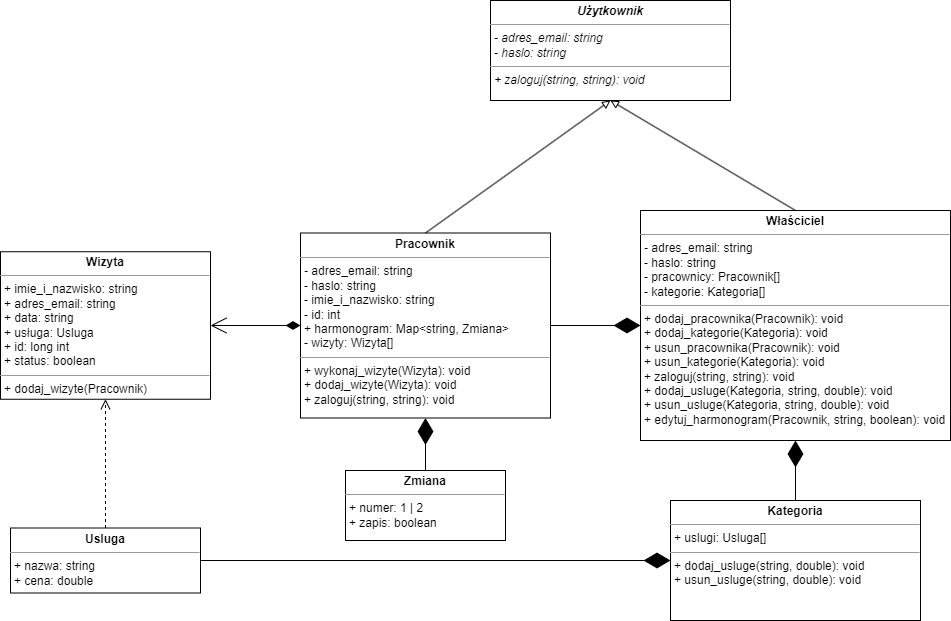
The draw.io diagram zasoby/diagram_klas.png in jakubir/BarberDeluxe-specyfikacja, before a commit. Source tidied: cells renumbered, new cells last; positions are measured from the earlier drawing's top-left corner, leaving out a move shared by most shapes.
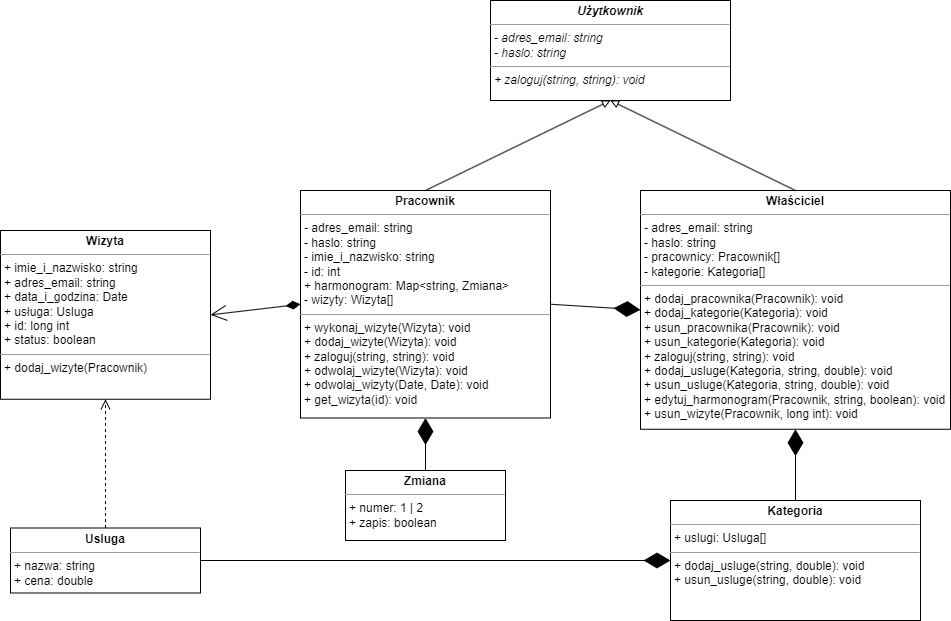
Above is the later version.

The edit, as a diff of the source:
```diff
@@ -2,11 +2,11 @@
   <root>
     <mxCell id="0" />
     <mxCell id="1" parent="0" />
-    <mxCell id="2" value="&lt;p style=&quot;margin:0px;margin-top:4px;text-align:center;&quot;&gt;&lt;b&gt;Wizyta&lt;/b&gt;&lt;/p&gt;&lt;hr size=&quot;1&quot;&gt;&lt;p style=&quot;margin:0px;margin-left:4px;&quot;&gt;+ imie_i_nazwisko: string&lt;/p&gt;&lt;p style=&quot;margin:0px;margin-left:4px;&quot;&gt;+ adres_email: string&lt;/p&gt;&lt;p style=&quot;margin:0px;margin-left:4px;&quot;&gt;+ data: string&lt;/p&gt;&lt;p style=&quot;margin:0px;margin-left:4px;&quot;&gt;+ usługa: Usluga&lt;/p&gt;&lt;p style=&quot;margin:0px;margin-left:4px;&quot;&gt;+ id: long int&lt;/p&gt;&lt;p style=&quot;margin:0px;margin-left:4px;&quot;&gt;+ status: boolean&lt;/p&gt;&lt;hr size=&quot;1&quot;&gt;&lt;p style=&quot;margin:0px;margin-left:4px;&quot;&gt;+ dodaj_wizyte(Pracownik)&lt;/p&gt;" style="verticalAlign=top;align=left;overflow=fill;fontSize=12;fontFamily=Helvetica;html=1;whiteSpace=wrap;" parent="1" vertex="1">
-      <mxGeometry y="251.2" width="210" height="147.5" as="geometry" />
+    <mxCell id="2" value="&lt;p style=&quot;margin:0px;margin-top:4px;text-align:center;&quot;&gt;&lt;b&gt;Wizyta&lt;/b&gt;&lt;/p&gt;&lt;hr size=&quot;1&quot;&gt;&lt;p style=&quot;margin:0px;margin-left:4px;&quot;&gt;+ imie_i_nazwisko: string&lt;/p&gt;&lt;p style=&quot;margin:0px;margin-left:4px;&quot;&gt;+ adres_email: string&lt;/p&gt;&lt;p style=&quot;margin:0px;margin-left:4px;&quot;&gt;+ data_i_godzina: Date&lt;/p&gt;&lt;p style=&quot;margin:0px;margin-left:4px;&quot;&gt;+ usługa: Usluga&lt;/p&gt;&lt;p style=&quot;margin:0px;margin-left:4px;&quot;&gt;+ id: long int&lt;/p&gt;&lt;p style=&quot;margin:0px;margin-left:4px;&quot;&gt;+ status: boolean&lt;/p&gt;&lt;hr size=&quot;1&quot;&gt;&lt;p style=&quot;margin:0px;margin-left:4px;&quot;&gt;+ dodaj_wizyte(Pracownik)&lt;/p&gt;" style="verticalAlign=top;align=left;overflow=fill;fontSize=12;fontFamily=Helvetica;html=1;whiteSpace=wrap;" parent="1" vertex="1">
+      <mxGeometry y="230" width="210" height="168.8" as="geometry" />
     </mxCell>
-    <mxCell id="3" value="&lt;p style=&quot;margin:0px;margin-top:4px;text-align:center;&quot;&gt;&lt;b&gt;Pracownik&lt;/b&gt;&lt;/p&gt;&lt;hr size=&quot;1&quot;&gt;&lt;p style=&quot;border-color: var(--border-color); margin: 0px 0px 0px 4px;&quot;&gt;&lt;i style=&quot;border-color: var(--border-color);&quot;&gt;- &lt;/i&gt;&lt;span style=&quot;border-color: var(--border-color);&quot;&gt;adres_email: string&lt;/span&gt;&lt;/p&gt;&lt;p style=&quot;border-color: var(--border-color); margin: 0px 0px 0px 4px;&quot;&gt;&lt;span style=&quot;border-color: var(--border-color);&quot;&gt;- haslo: string&lt;/span&gt;&lt;/p&gt;&lt;p style=&quot;margin:0px;margin-left:4px;&quot;&gt;- imie_i_nazwisko: string&lt;/p&gt;&lt;p style=&quot;margin:0px;margin-left:4px;&quot;&gt;- id: int&lt;/p&gt;&lt;p style=&quot;margin:0px;margin-left:4px;&quot;&gt;+ harmonogram: Map&amp;lt;string, Zmiana&amp;gt;&lt;/p&gt;&lt;p style=&quot;margin:0px;margin-left:4px;&quot;&gt;- wizyty: Wizyta[]&lt;/p&gt;&lt;hr size=&quot;1&quot;&gt;&lt;p style=&quot;margin:0px;margin-left:4px;&quot;&gt;+ wykonaj_wizyte(Wizyta): void&lt;/p&gt;&lt;p style=&quot;margin:0px;margin-left:4px;&quot;&gt;+ dodaj_wizyte(Wizyta): void&lt;/p&gt;&lt;p style=&quot;margin:0px;margin-left:4px;&quot;&gt;&lt;span style=&quot;border-color: var(--border-color);&quot;&gt;+ zaloguj(string, string): void&lt;/span&gt;&lt;br&gt;&lt;/p&gt;" style="verticalAlign=top;align=left;overflow=fill;fontSize=12;fontFamily=Helvetica;html=1;whiteSpace=wrap;" parent="1" vertex="1">
-      <mxGeometry x="300" y="232.5" width="250" height="185" as="geometry" />
+    <mxCell id="3" value="&lt;p style=&quot;margin:0px;margin-top:4px;text-align:center;&quot;&gt;&lt;b&gt;Pracownik&lt;/b&gt;&lt;/p&gt;&lt;hr size=&quot;1&quot;&gt;&lt;p style=&quot;border-color: var(--border-color); margin: 0px 0px 0px 4px;&quot;&gt;&lt;i style=&quot;border-color: var(--border-color);&quot;&gt;- &lt;/i&gt;&lt;span style=&quot;border-color: var(--border-color);&quot;&gt;adres_email: string&lt;/span&gt;&lt;/p&gt;&lt;p style=&quot;border-color: var(--border-color); margin: 0px 0px 0px 4px;&quot;&gt;&lt;span style=&quot;border-color: var(--border-color);&quot;&gt;- haslo: string&lt;/span&gt;&lt;/p&gt;&lt;p style=&quot;margin:0px;margin-left:4px;&quot;&gt;- imie_i_nazwisko: string&lt;/p&gt;&lt;p style=&quot;margin:0px;margin-left:4px;&quot;&gt;- id: int&lt;/p&gt;&lt;p style=&quot;margin:0px;margin-left:4px;&quot;&gt;+ harmonogram: Map&amp;lt;string, Zmiana&amp;gt;&lt;/p&gt;&lt;p style=&quot;margin:0px;margin-left:4px;&quot;&gt;- wizyty: Wizyta[]&lt;/p&gt;&lt;hr size=&quot;1&quot;&gt;&lt;p style=&quot;margin:0px;margin-left:4px;&quot;&gt;+ wykonaj_wizyte(Wizyta): void&lt;/p&gt;&lt;p style=&quot;margin:0px;margin-left:4px;&quot;&gt;+ dodaj_wizyte(Wizyta): void&lt;/p&gt;&lt;p style=&quot;margin:0px;margin-left:4px;&quot;&gt;&lt;span style=&quot;border-color: var(--border-color);&quot;&gt;+ zaloguj(string, string): void&lt;/span&gt;&lt;br&gt;&lt;/p&gt;&lt;p style=&quot;margin:0px;margin-left:4px;&quot;&gt;&lt;span style=&quot;border-color: var(--border-color);&quot;&gt;+ odwolaj_wizyte(Wizyta): void&lt;/span&gt;&lt;/p&gt;&lt;p style=&quot;margin:0px;margin-left:4px;&quot;&gt;&lt;span style=&quot;border-color: var(--border-color);&quot;&gt;+ odwolaj_wizyty(Date, Date): void&lt;/span&gt;&lt;/p&gt;&lt;p style=&quot;margin:0px;margin-left:4px;&quot;&gt;&lt;span style=&quot;border-color: var(--border-color);&quot;&gt;+ get_wizyta(id): void&lt;/span&gt;&lt;/p&gt;" style="verticalAlign=top;align=left;overflow=fill;fontSize=12;fontFamily=Helvetica;html=1;whiteSpace=wrap;" parent="1" vertex="1">
+      <mxGeometry x="300" y="190" width="250" height="227.5" as="geometry" />
     </mxCell>
     <mxCell id="4" value="&lt;p style=&quot;border-color: var(--border-color); margin: 4px 0px 0px; text-align: center;&quot;&gt;&lt;b&gt;&lt;i&gt;Użytkownik&lt;/i&gt;&lt;/b&gt;&lt;/p&gt;&lt;hr style=&quot;border-color: var(--border-color);&quot; size=&quot;1&quot;&gt;&lt;p style=&quot;border-color: var(--border-color); margin: 0px 0px 0px 4px;&quot;&gt;&lt;i&gt;- adres_email: string&lt;/i&gt;&lt;/p&gt;&lt;p style=&quot;border-color: var(--border-color); margin: 0px 0px 0px 4px;&quot;&gt;&lt;i&gt;- haslo: string&lt;br&gt;&lt;/i&gt;&lt;/p&gt;&lt;hr style=&quot;border-color: var(--border-color);&quot; size=&quot;1&quot;&gt;&lt;p style=&quot;border-color: var(--border-color); margin: 0px 0px 0px 4px;&quot;&gt;&lt;i&gt;+ zaloguj(string, string): void&lt;/i&gt;&lt;/p&gt;" style="verticalAlign=top;align=left;overflow=fill;fontSize=12;fontFamily=Helvetica;html=1;whiteSpace=wrap;" parent="1" vertex="1">
       <mxGeometry x="490" width="240" height="100" as="geometry" />
@@ -14,8 +14,8 @@
     <mxCell id="5" value="Extends" style="endArrow=none;endSize=16;endFill=0;html=1;rounded=0;exitX=0.5;exitY=1;exitDx=0;exitDy=0;entryX=0.5;entryY=0;entryDx=0;entryDy=0;startArrow=block;startFill=0;fontColor=none;noLabel=1;" parent="1" edge="1" source="4" target="3">
       <mxGeometry relative="1" as="geometry" />
     </mxCell>
-    <mxCell id="6" value="&lt;p style=&quot;margin:0px;margin-top:4px;text-align:center;&quot;&gt;&lt;b&gt;Właściciel&lt;/b&gt;&lt;/p&gt;&lt;hr size=&quot;1&quot;&gt;&lt;p style=&quot;border-color: var(--border-color); margin: 0px 0px 0px 4px;&quot;&gt;&lt;i style=&quot;border-color: var(--border-color);&quot;&gt;-&amp;nbsp;&lt;/i&gt;adres_email: string&lt;/p&gt;&lt;p style=&quot;border-color: var(--border-color); margin: 0px 0px 0px 4px;&quot;&gt;&lt;span style=&quot;border-color: var(--border-color);&quot;&gt;- haslo: string&lt;/span&gt;&lt;/p&gt;&lt;p style=&quot;margin:0px;margin-left:4px;&quot;&gt;- pracownicy: Pracownik[]&lt;/p&gt;&lt;p style=&quot;margin:0px;margin-left:4px;&quot;&gt;- kategorie: Kategoria[]&lt;/p&gt;&lt;hr size=&quot;1&quot;&gt;&lt;p style=&quot;margin:0px;margin-left:4px;&quot;&gt;+ dodaj_pracownika(Pracownik): void&lt;/p&gt;&lt;p style=&quot;margin:0px;margin-left:4px;&quot;&gt;+ dodaj_kategorie(Kategoria): void&lt;/p&gt;&lt;p style=&quot;border-color: var(--border-color); margin: 0px 0px 0px 4px;&quot;&gt;+ usun_pracownika(Pracownik): void&lt;/p&gt;&lt;p style=&quot;border-color: var(--border-color); margin: 0px 0px 0px 4px;&quot;&gt;+ usun_kategorie(Kategoria): void&lt;/p&gt;&lt;p style=&quot;border-color: var(--border-color); margin: 0px 0px 0px 4px;&quot;&gt;+ zaloguj(string, string): void&lt;br&gt;&lt;/p&gt;&lt;p style=&quot;border-color: var(--border-color); margin: 0px 0px 0px 4px;&quot;&gt;+ dodaj_usluge(Kategoria, string, double): void&lt;/p&gt;&lt;p style=&quot;border-color: var(--border-color); margin: 0px 0px 0px 4px;&quot;&gt;+ usun_usluge(Kategoria, string, double): void&lt;/p&gt;&lt;p style=&quot;border-color: var(--border-color); margin: 0px 0px 0px 4px;&quot;&gt;+ edytuj_harmonogram(Pracownik, string, boolean): void&lt;/p&gt;" style="verticalAlign=top;align=left;overflow=fill;fontSize=12;fontFamily=Helvetica;html=1;whiteSpace=wrap;" parent="1" vertex="1">
-      <mxGeometry x="640" y="210" width="310" height="230" as="geometry" />
+    <mxCell id="6" value="&lt;p style=&quot;margin:0px;margin-top:4px;text-align:center;&quot;&gt;&lt;b&gt;Właściciel&lt;/b&gt;&lt;/p&gt;&lt;hr size=&quot;1&quot;&gt;&lt;p style=&quot;border-color: var(--border-color); margin: 0px 0px 0px 4px;&quot;&gt;&lt;i style=&quot;border-color: var(--border-color);&quot;&gt;-&amp;nbsp;&lt;/i&gt;adres_email: string&lt;/p&gt;&lt;p style=&quot;border-color: var(--border-color); margin: 0px 0px 0px 4px;&quot;&gt;&lt;span style=&quot;border-color: var(--border-color);&quot;&gt;- haslo: string&lt;/span&gt;&lt;/p&gt;&lt;p style=&quot;margin:0px;margin-left:4px;&quot;&gt;- pracownicy: Pracownik[]&lt;/p&gt;&lt;p style=&quot;margin:0px;margin-left:4px;&quot;&gt;- kategorie: Kategoria[]&lt;/p&gt;&lt;hr size=&quot;1&quot;&gt;&lt;p style=&quot;margin:0px;margin-left:4px;&quot;&gt;+ dodaj_pracownika(Pracownik): void&lt;/p&gt;&lt;p style=&quot;margin:0px;margin-left:4px;&quot;&gt;+ dodaj_kategorie(Kategoria): void&lt;/p&gt;&lt;p style=&quot;border-color: var(--border-color); margin: 0px 0px 0px 4px;&quot;&gt;+ usun_pracownika(Pracownik): void&lt;/p&gt;&lt;p style=&quot;border-color: var(--border-color); margin: 0px 0px 0px 4px;&quot;&gt;+ usun_kategorie(Kategoria): void&lt;/p&gt;&lt;p style=&quot;border-color: var(--border-color); margin: 0px 0px 0px 4px;&quot;&gt;+ zaloguj(string, string): void&lt;br&gt;&lt;/p&gt;&lt;p style=&quot;border-color: var(--border-color); margin: 0px 0px 0px 4px;&quot;&gt;+ dodaj_usluge(Kategoria, string, double): void&lt;/p&gt;&lt;p style=&quot;border-color: var(--border-color); margin: 0px 0px 0px 4px;&quot;&gt;+ usun_usluge(Kategoria, string, double): void&lt;/p&gt;&lt;p style=&quot;border-color: var(--border-color); margin: 0px 0px 0px 4px;&quot;&gt;+ edytuj_harmonogram(Pracownik, string, boolean): void&lt;/p&gt;&lt;p style=&quot;border-color: var(--border-color); margin: 0px 0px 0px 4px;&quot;&gt;+ usun_wizyte(Pracownik, long int): void&lt;/p&gt;" style="verticalAlign=top;align=left;overflow=fill;fontSize=12;fontFamily=Helvetica;html=1;whiteSpace=wrap;" parent="1" vertex="1">
+      <mxGeometry x="640" y="190" width="310" height="238.8" as="geometry" />
     </mxCell>
     <mxCell id="7" value="Extends" style="endArrow=none;endSize=16;endFill=0;html=1;rounded=0;entryX=0.5;entryY=0;entryDx=0;entryDy=0;exitX=0.5;exitY=1;exitDx=0;exitDy=0;startArrow=block;startFill=0;fontColor=none;noLabel=1;" parent="1" edge="1" source="4" target="6">
       <mxGeometry x="0.24" y="10" relative="1" as="geometry" />
```
